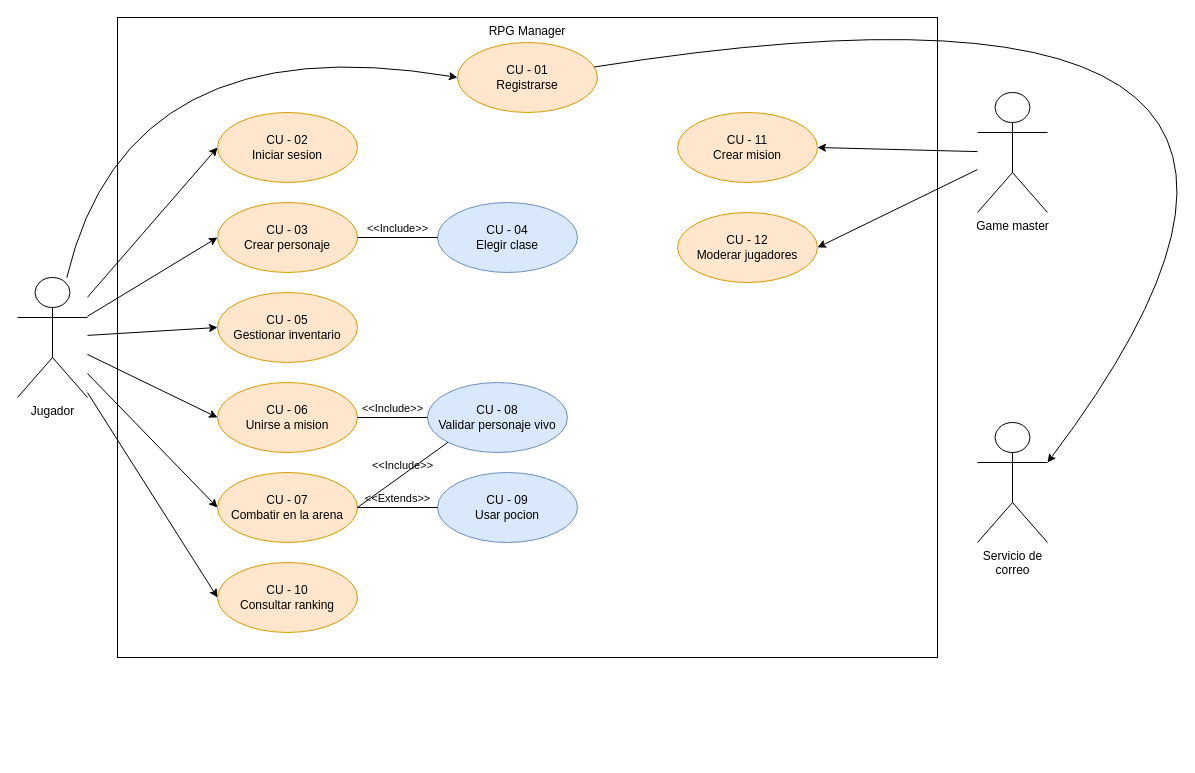
The draw.io diagram Taller diagramas drawio RPGManager/02_casos_de_uso_rpg.drawio in Juanchi-Reyes/taller_draw_Nico, before the edit. Source tidied: cells renumbered, new cells numbered last; positions are measured from the earlier drawing's top-left corner, leaving out a move shared by most shapes. Both pictures are drawn from the tidied source at 100%, with x=0, y=0 at pixel (17, -68).
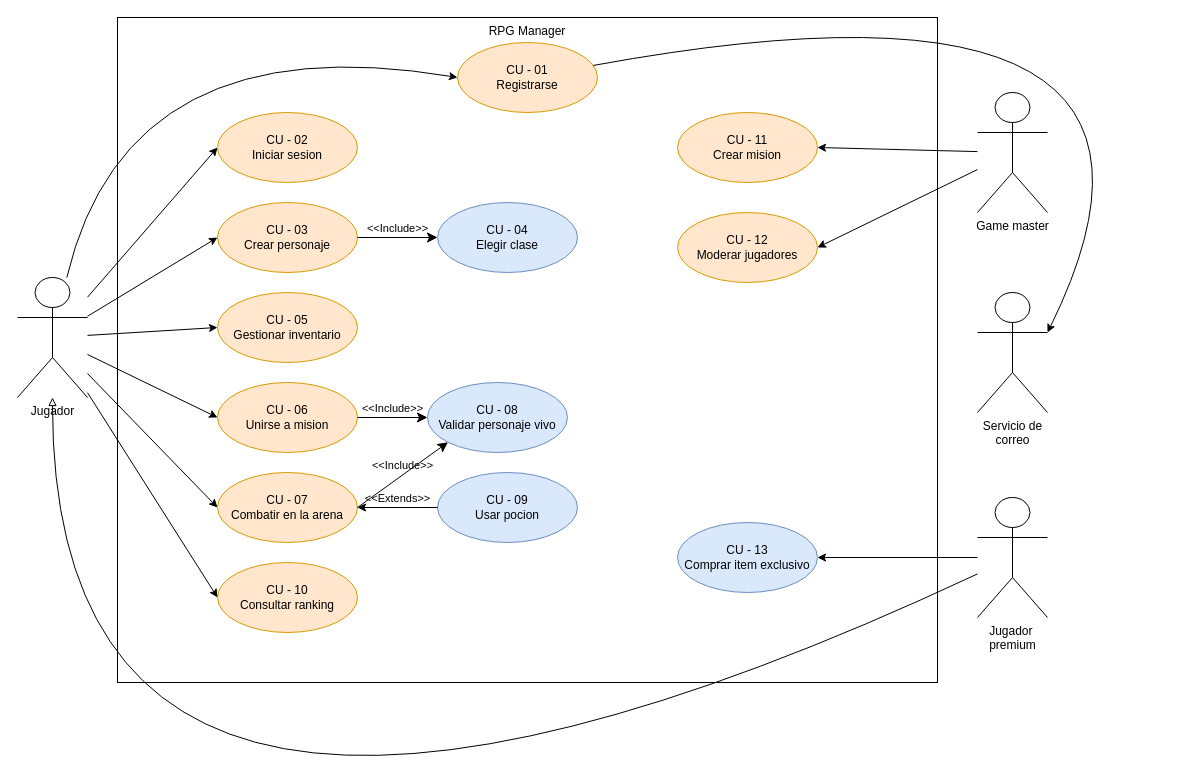
After the change.

Commit message:
diagrama de casos de uso terminado rpg manager - drawio

Unchanged cells that the change refers to:
```xml
<mxCell id="9" value="Jugador" style="shape=umlActor;verticalLabelPosition=bottom;verticalAlign=top;html=1;labelPerimeter=1;" parent="1" vertex="1">
  <mxGeometry y="345" width="70" height="120" as="geometry" />
</mxCell>
<mxCell id="14" value="CU - 01&lt;div&gt;Registrarse&lt;/div&gt;" style="ellipse;whiteSpace=wrap;html=1;fillColor=#ffe6cc;strokeColor=#d79b00;" parent="1" vertex="1">
  <mxGeometry x="440" y="110" width="140" height="70" as="geometry" />
</mxCell>
<mxCell id="16" value="CU - 03&lt;div&gt;Crear personaje&lt;/div&gt;" style="ellipse;whiteSpace=wrap;html=1;fillColor=#ffe6cc;strokeColor=#d79b00;" parent="1" vertex="1">
  <mxGeometry x="200" y="270" width="140" height="70" as="geometry" />
</mxCell>
<mxCell id="17" value="CU - 04&lt;div&gt;Elegir clase&lt;/div&gt;" style="ellipse;whiteSpace=wrap;html=1;fillColor=#dae8fc;strokeColor=#6c8ebf;" parent="1" vertex="1">
  <mxGeometry x="420" y="270" width="140" height="70" as="geometry" />
</mxCell>
<mxCell id="19" value="CU - 06&lt;div&gt;Unirse a mision&lt;/div&gt;" style="ellipse;whiteSpace=wrap;html=1;fillColor=#ffe6cc;strokeColor=#d79b00;" parent="1" vertex="1">
  <mxGeometry x="200" y="450" width="140" height="70" as="geometry" />
</mxCell>
<mxCell id="20" value="CU - 07&lt;div&gt;Combatir en la arena&lt;/div&gt;" style="ellipse;whiteSpace=wrap;html=1;fillColor=#ffe6cc;strokeColor=#d79b00;" parent="1" vertex="1">
  <mxGeometry x="200" y="540" width="140" height="70" as="geometry" />
</mxCell>
<mxCell id="21" value="CU - 08&lt;div&gt;Validar personaje vivo&lt;/div&gt;" style="ellipse;whiteSpace=wrap;html=1;fillColor=#dae8fc;strokeColor=#6c8ebf;" parent="1" vertex="1">
  <mxGeometry x="410" y="450" width="140" height="70" as="geometry" />
</mxCell>
<mxCell id="22" value="CU - 09&lt;div&gt;Usar pocion&lt;/div&gt;" style="ellipse;whiteSpace=wrap;html=1;fillColor=#dae8fc;strokeColor=#6c8ebf;" parent="1" vertex="1">
  <mxGeometry x="420" y="540" width="140" height="70" as="geometry" />
</mxCell>
```

Diff of the diagram source:
```diff
@@
     <mxCell id="2" value="RPG Manager" style="rounded=0;whiteSpace=wrap;html=1;verticalAlign=top;align=center;" parent="1" vertex="1">
-      <mxGeometry x="100" y="85" width="820" height="640" as="geometry" />
+      <mxGeometry x="100" y="85" width="820" height="665" as="geometry" />
     </mxCell>
@@
     <mxCell id="13" value="Servicio de&lt;div&gt;correo&lt;/div&gt;" style="shape=umlActor;verticalLabelPosition=bottom;verticalAlign=top;html=1;labelPerimeter=1;fontColor=#000000;" parent="1" vertex="1">
-      <mxGeometry x="960" y="490" width="70" height="120" as="geometry" />
+      <mxGeometry x="960" y="360" width="70" height="120" as="geometry" />
     </mxCell>
@@
     <mxCell id="26" style="edgeStyle=none;html=1;entryX=1;entryY=0.3333333333333333;entryDx=0;entryDy=0;entryPerimeter=0;rounded=0;curved=1;curveGeometry=1;" parent="1" edge="1" source="14" target="13">
-      <mxGeometry relative="1" as="geometry">
+      <mxGeometry x="0.21" relative="1" as="geometry">
         <Array as="points">
-          <mxPoint x="1430" />
+          <mxPoint x="1220" y="15" />
         </Array>
       </mxGeometry>
     </mxCell>
-    <mxCell id="27" value="&amp;lt;&amp;lt;Include&amp;gt;&amp;gt;" style="endArrow=none;startArrow=none;endFill=0;startFill=0;endSize=8;html=1;verticalAlign=bottom;labelBackgroundColor=none;strokeWidth=1;exitX=1;exitY=0.5;exitDx=0;exitDy=0;entryX=0;entryY=0.5;entryDx=0;entryDy=0;" parent="1" edge="1" source="16" target="17">
+    <mxCell id="27" value="&amp;lt;&amp;lt;Include&amp;gt;&amp;gt;" style="endArrow=classic;startArrow=none;endFill=1;startFill=0;endSize=8;html=1;verticalAlign=bottom;labelBackgroundColor=none;strokeWidth=1;exitX=1;exitY=0.5;exitDx=0;exitDy=0;entryX=0;entryY=0.5;entryDx=0;entryDy=0;" parent="1" edge="1" source="16" target="17">
       <mxGeometry relative="1" as="geometry" />
     </mxCell>
-    <mxCell id="28" value="&amp;lt;&amp;lt;Include&amp;gt;&amp;gt;" style="endArrow=none;startArrow=none;endFill=0;startFill=0;endSize=8;html=1;verticalAlign=bottom;labelBackgroundColor=none;strokeWidth=1;exitX=1;exitY=0.5;exitDx=0;exitDy=0;entryX=0;entryY=0.5;entryDx=0;entryDy=0;" parent="1" edge="1" source="19" target="21">
+    <mxCell id="28" value="&amp;lt;&amp;lt;Include&amp;gt;&amp;gt;" style="endArrow=classic;startArrow=none;endFill=1;startFill=0;endSize=8;html=1;verticalAlign=bottom;labelBackgroundColor=none;strokeWidth=1;exitX=1;exitY=0.5;exitDx=0;exitDy=0;entryX=0;entryY=0.5;entryDx=0;entryDy=0;" parent="1" edge="1" source="19" target="21">
       <mxGeometry relative="1" as="geometry" />
     </mxCell>
-    <mxCell id="29" value="&amp;lt;&amp;lt;Include&amp;gt;&amp;gt;" style="endArrow=none;startArrow=none;endFill=0;startFill=0;endSize=8;html=1;verticalAlign=bottom;labelBackgroundColor=none;strokeWidth=1;exitX=1;exitY=0.5;exitDx=0;exitDy=0;entryX=0;entryY=1;entryDx=0;entryDy=0;" parent="1" edge="1" source="20" target="21">
+    <mxCell id="29" value="&amp;lt;&amp;lt;Include&amp;gt;&amp;gt;" style="endArrow=classic;startArrow=none;endFill=1;startFill=0;endSize=8;html=1;verticalAlign=bottom;labelBackgroundColor=none;strokeWidth=1;exitX=1;exitY=0.5;exitDx=0;exitDy=0;entryX=0;entryY=1;entryDx=0;entryDy=0;" parent="1" edge="1" source="20" target="21">
       <mxGeometry relative="1" as="geometry" />
     </mxCell>
-    <mxCell id="30" value="&amp;lt;&amp;lt;Extends&amp;gt;&amp;gt;" style="endArrow=none;startArrow=none;endFill=0;startFill=0;endSize=8;html=1;verticalAlign=bottom;labelBackgroundColor=none;strokeWidth=1;exitX=1;exitY=0.5;exitDx=0;exitDy=0;entryX=0;entryY=0.5;entryDx=0;entryDy=0;" parent="1" edge="1" source="20" target="22">
+    <mxCell id="30" value="&amp;lt;&amp;lt;Extends&amp;gt;&amp;gt;" style="endArrow=none;startArrow=classic;endFill=0;startFill=1;endSize=8;html=1;verticalAlign=bottom;labelBackgroundColor=none;strokeWidth=1;exitX=1;exitY=0.5;exitDx=0;exitDy=0;entryX=0;entryY=0.5;entryDx=0;entryDy=0;" parent="1" edge="1" source="20" target="22">
       <mxGeometry relative="1" as="geometry" />
     </mxCell>
@@
+    <mxCell id="32" value="CU - 13&lt;div&gt;Comprar item exclusivo&lt;/div&gt;" style="ellipse;whiteSpace=wrap;html=1;fillColor=#dae8fc;strokeColor=#6c8ebf;" parent="1" vertex="1">
+      <mxGeometry x="660" y="590" width="140" height="70" as="geometry" />
+    </mxCell>
+    <mxCell id="33" style="edgeStyle=none;html=1;entryX=1;entryY=0.5;entryDx=0;entryDy=0;" parent="1" edge="1" source="34" target="32">
+      <mxGeometry relative="1" as="geometry" />
+    </mxCell>
+    <mxCell id="34" value="Jugador&amp;nbsp;&lt;div&gt;premium&lt;/div&gt;" style="shape=umlActor;verticalLabelPosition=bottom;verticalAlign=top;html=1;labelPerimeter=1;fontColor=#000000;" parent="1" vertex="1">
+      <mxGeometry x="960" y="565" width="70" height="120" as="geometry" />
+    </mxCell>
+    <mxCell id="35" style="endArrow=block; endFill=0; html=1;rounded=0;curved=1;curveGeometry=1;endFill=0;" parent="1" edge="1" source="34" target="9">
+      <mxGeometry relative="1" as="geometry">
+        <Array as="points">
+          <mxPoint x="35" y="1075" />
+        </Array>
+      </mxGeometry>
+    </mxCell>
```
